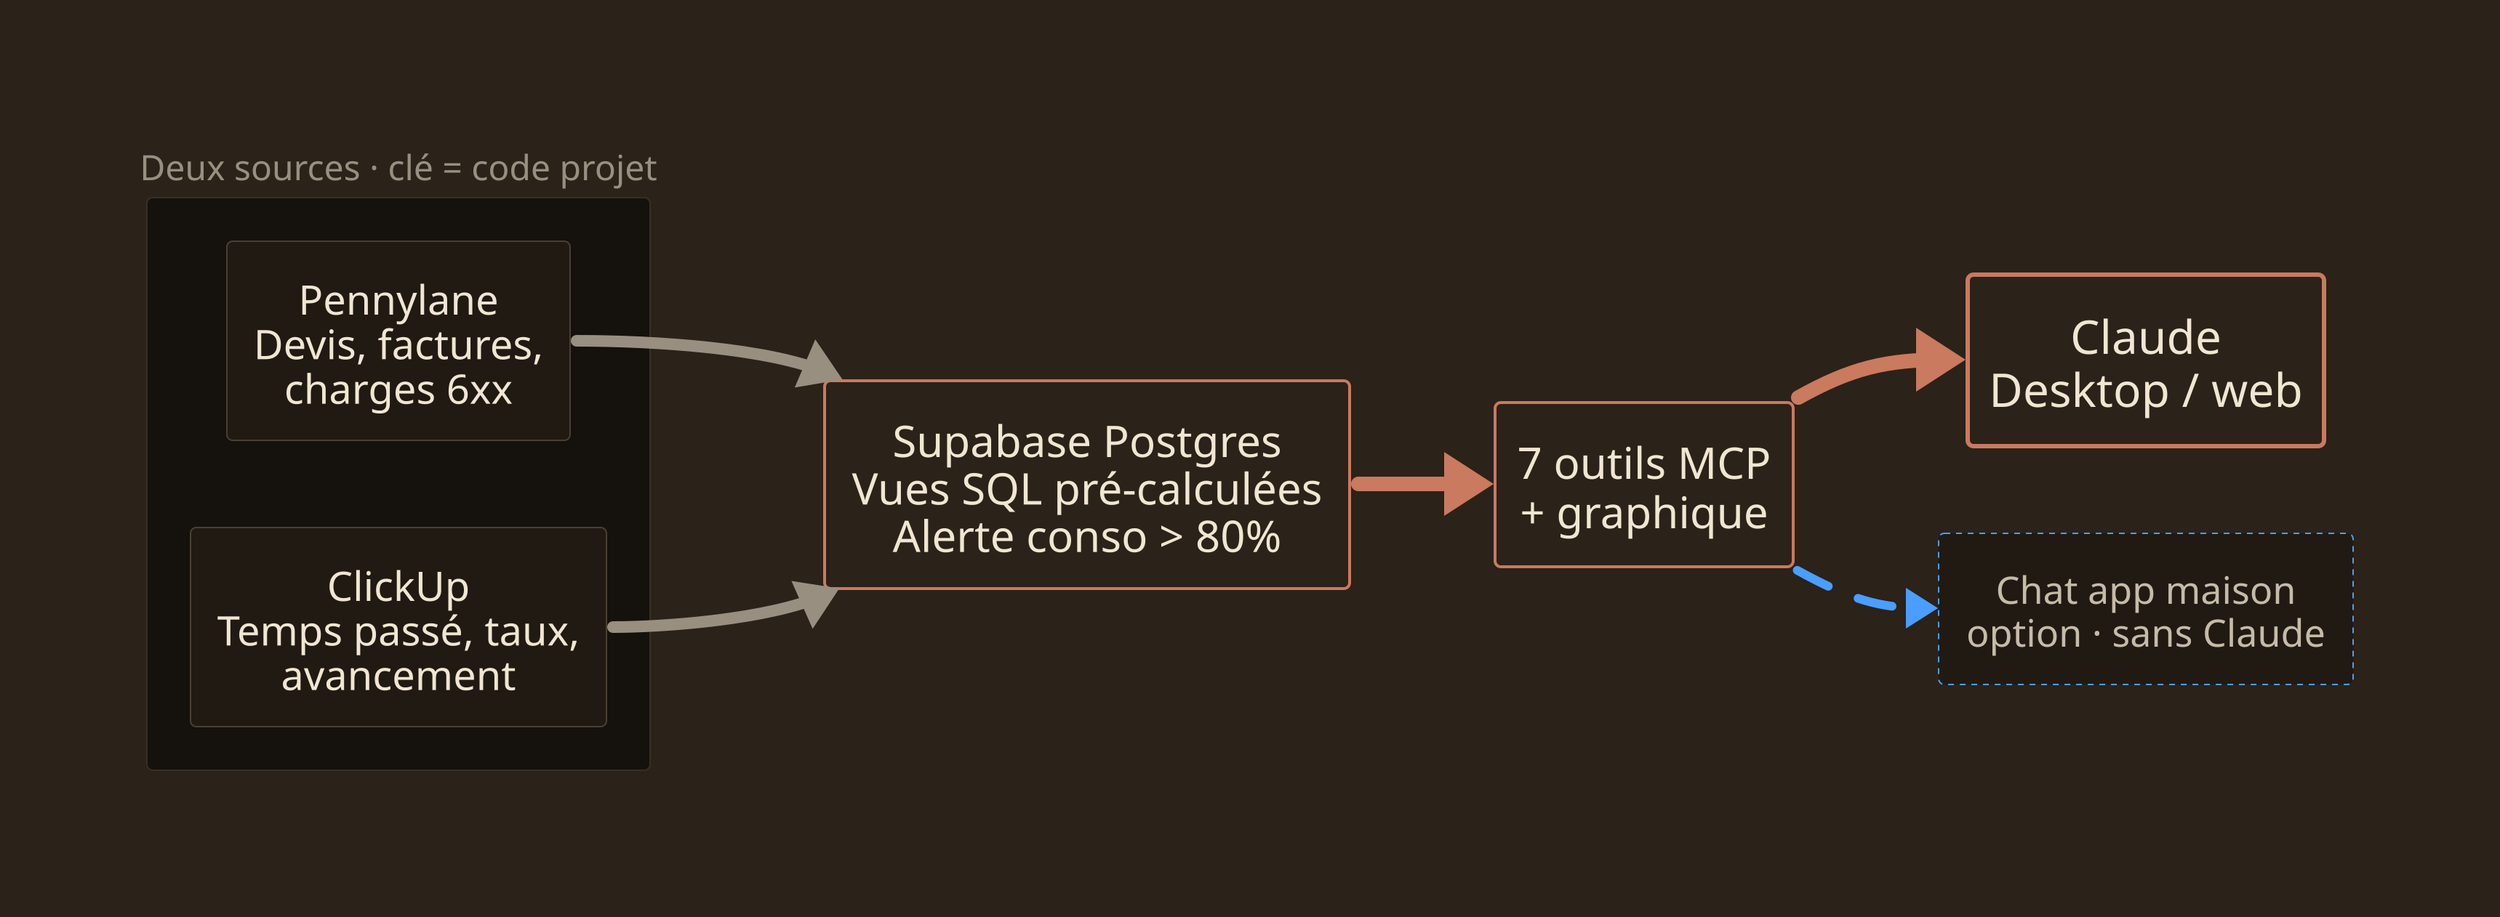
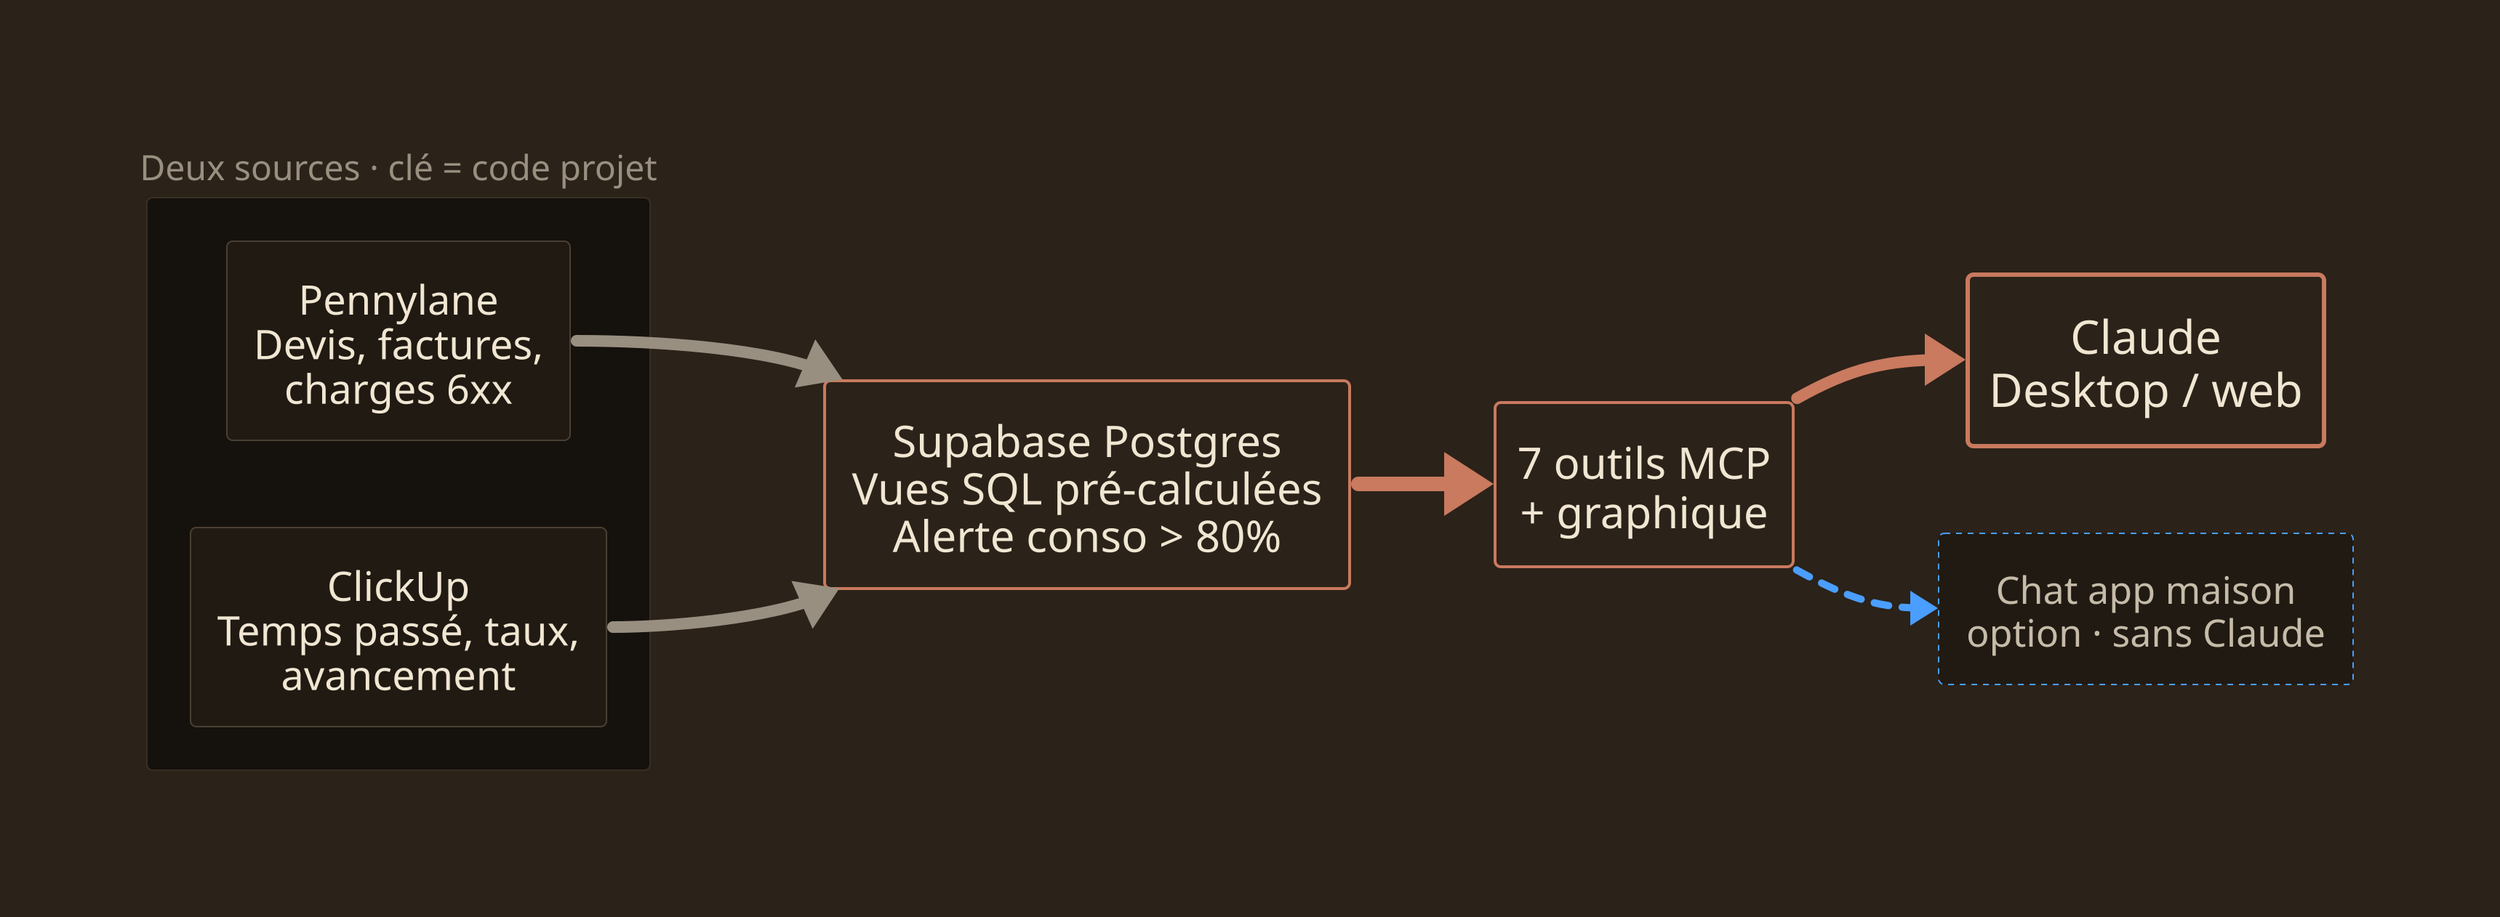
# DAF augmenté — Architecture (Benoit Pagny)
# Pennylane + ClickUp -> Supabase (vues SQL) -> outils MCP -> Claude / chat app
#
# Compile (run from repo root):
#   d2 --layout elk --pad 30           decks/benoit-pagny/diagrams/architecture-dark.d2 decks/benoit-pagny/diagrams/architecture-dark.svg
#   d2 --layout elk --pad 30 --scale 3 decks/benoit-pagny/diagrams/architecture-dark.d2 decks/benoit-pagny/diagrams/architecture-dark.png

vars: {
  d2-config: {
    theme-overrides: {
      N7: "#2B2219"
    }
  }
}

direction: right

classes: {
  source: {
    shape: rectangle
    style: {
      fill: "#201A13"
      stroke: "#4A4032"
      stroke-width: 1
      font-color: "#F0E6D2"
      font-size: 28
      border-radius: 4
    }
  }
  step: {
    shape: rectangle
    style: {
      fill: "#2B2219"
      stroke: "#C97A5F"
      stroke-width: 2
      font-color: "#F0E6D2"
      font-size: 30
      border-radius: 4
    }
  }
  output: {
    shape: rectangle
    style: {
      fill: "#2B2219"
      stroke: "#C97A5F"
      stroke-width: 3
      font-color: "#F0E6D2"
      font-size: 32
      border-radius: 4
    }
  }
  option: {
    shape: rectangle
    style: {
      fill: "#201A13"
      stroke: "#4A9EFF"
      stroke-width: 1
      stroke-dash: 4
      font-color: "#C5BBA8"
      font-size: 26
      border-radius: 4
    }
  }
}

sources: "Deux sources · clé = code projet" {
  style: {
    fill: "#15110D"
    stroke: "#382F24"
    stroke-width: 1
    font-color: "#998F80"
    font-size: 24
    border-radius: 4
  }

  pennylane: "Pennylane\nDevis, factures,\ncharges 6xx" { class: source }
  clickup: "ClickUp\nTemps passé, taux,\navancement" { class: source }
}

db: "Supabase Postgres\nVues SQL pré-calculées\nAlerte conso > 80%" { class: step }
mcp: "7 outils MCP\n+ graphique" { class: step }

claude: "Claude\nDesktop / web" { class: output }
chat: "Chat app maison\noption · sans Claude" { class: option }

sources.pennylane -> db: { style: { stroke: "#998F80"; stroke-width: 8 } }
sources.clickup -> db: { style: { stroke: "#998F80"; stroke-width: 8 } }
db -> mcp: { style: { stroke: "#C97A5F"; stroke-width: 10 } }
- mcp -> claude: { style: { stroke: "#C97A5F"; stroke-width: 10 } }
- mcp -> chat: { style: { stroke: "#4A9EFF"; stroke-width: 6; stroke-dash: 4 } }
+ mcp -> claude: { style: { stroke: "#C97A5F"; stroke-width: 8 } }
+ mcp -> chat: { style: { stroke: "#4A9EFF"; stroke-width: 5; stroke-dash: 2 } }
